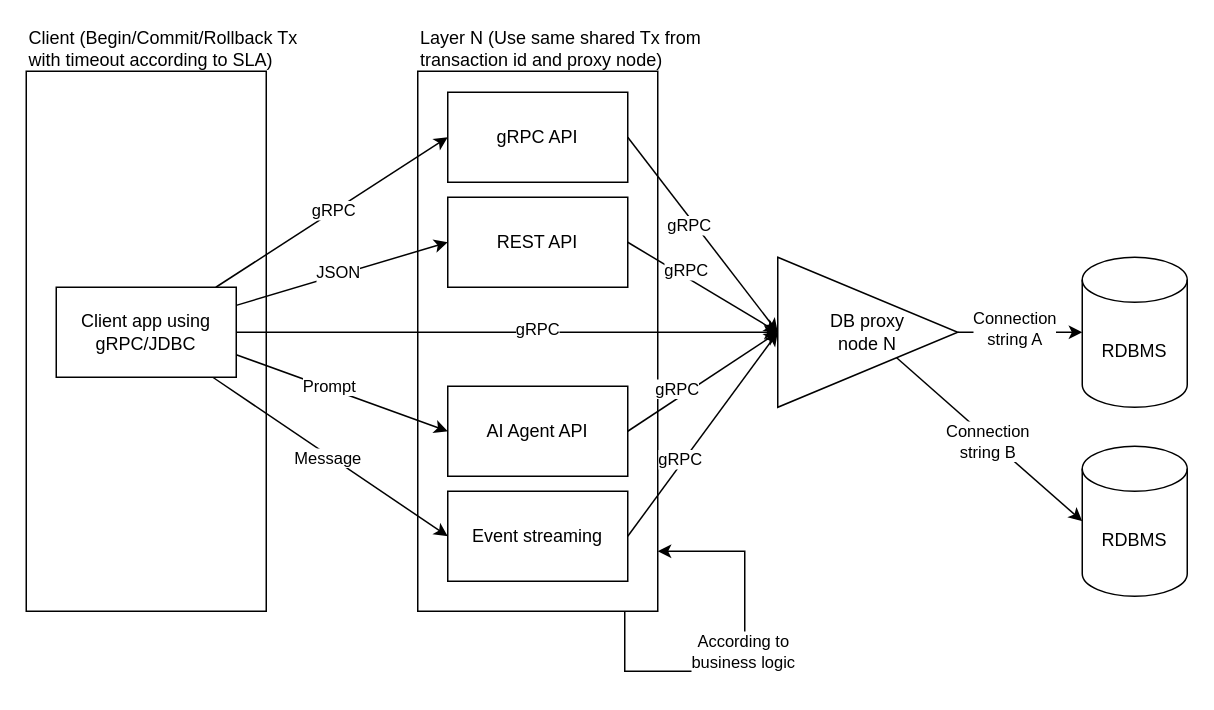
Above: project1-database-proxy.drawio in frndpovoa-dev/project1-database-proxy (draw.io), before the change. Source tidied: cells renumbered, new cells numbered last; positions are measured from the earlier drawing's top-left corner, leaving out a move shared by most shapes. Both pictures are drawn from the tidied source at 150%, with x=0, y=0 at pixel (26, 26).
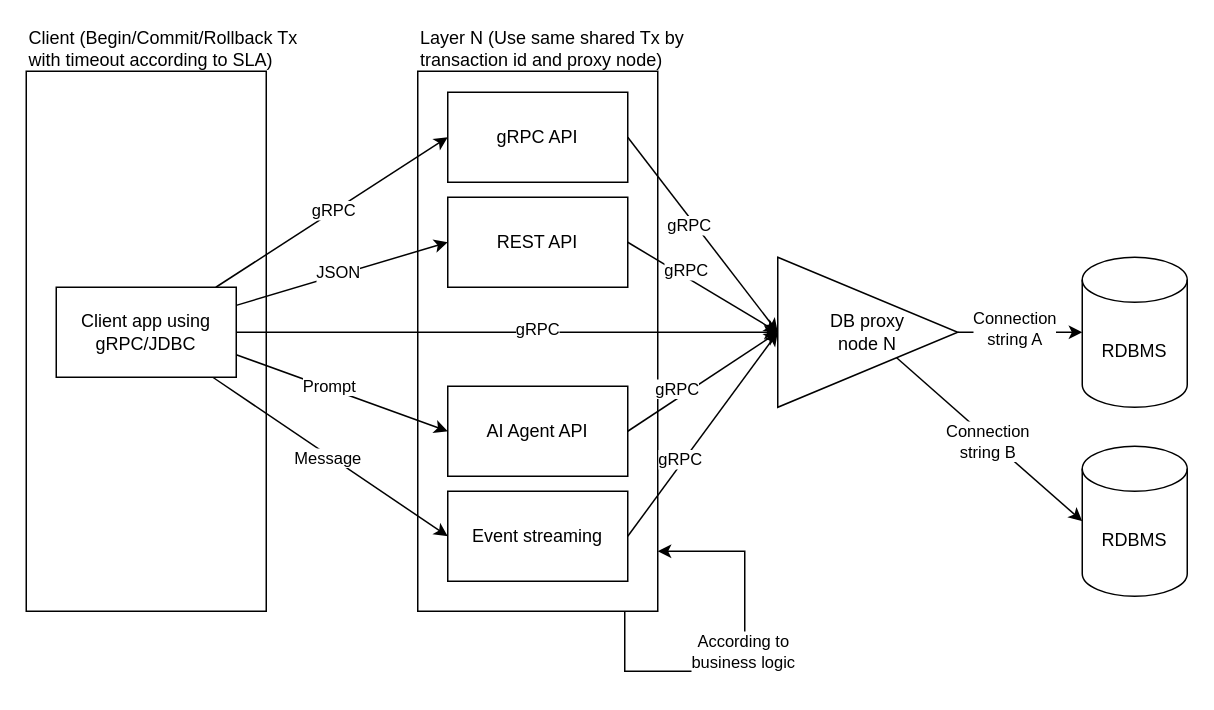
After the change.

The edit, as a diff of the source:
```diff
@@
-    <mxCell id="32" value="Layer N (Use same shared Tx from transaction id and proxy node)" style="text;html=1;align=left;verticalAlign=middle;whiteSpace=wrap;rounded=0;" parent="1" vertex="1">
+    <mxCell id="32" value="Layer N (Use same shared Tx by transaction id and proxy node)" style="text;html=1;align=left;verticalAlign=middle;whiteSpace=wrap;rounded=0;" parent="1" vertex="1">
       <mxGeometry x="261" width="205" height="30" as="geometry" />
     </mxCell>
```
